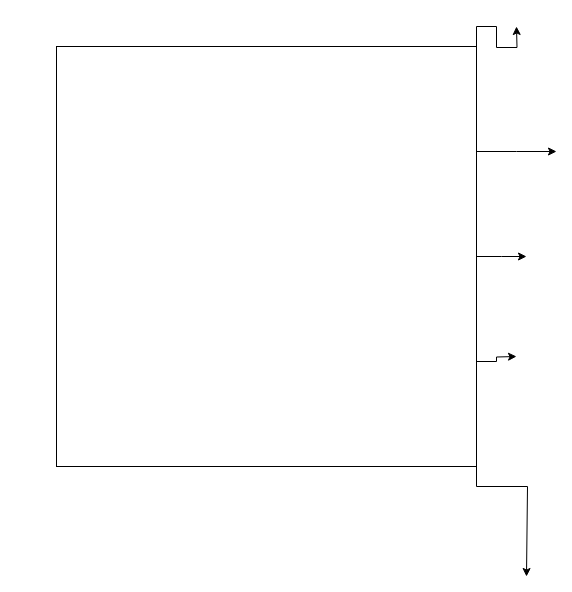
This is diagrams/osrservice.drawio from jokerz5575/osrdiagram, a draw.io file, before an edit. Source tidied: cells renumbered, new cells numbered last; positions are measured from the earlier drawing's top-left corner, leaving out a move shared by most shapes. Both pictures are drawn from the tidied source at 100%, with x=0, y=0 at pixel (56, 26).
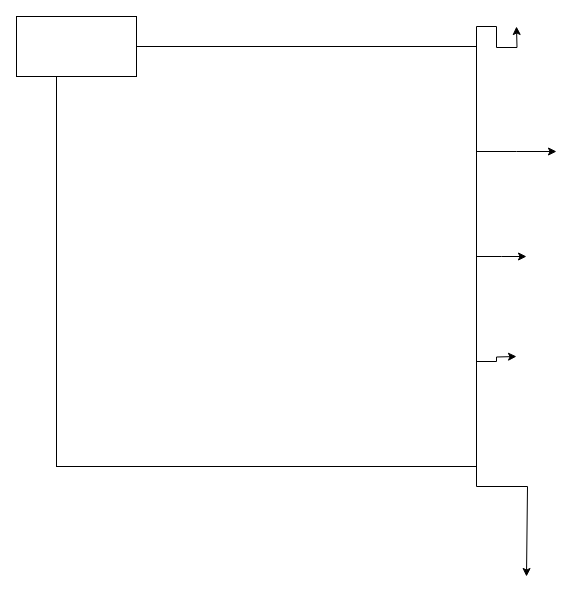
The same page after the edit.

Change to the diagram source:
```diff
@@
 <mxGraphModel>
   <root>
     <mxCell id="0" />
     <mxCell id="1" parent="0" />
     <mxCell id="2" style="edgeStyle=orthogonalEdgeStyle;rounded=0;jettySize=auto;html=1;exitX=1;exitY=0;exitDx=0;exitDy=0;" parent="1" edge="1" source="7">
       <mxGeometry relative="1" as="geometry">
         <mxPoint x="460" as="targetPoint" />
       </mxGeometry>
     </mxCell>
     <mxCell id="3" style="edgeStyle=orthogonalEdgeStyle;rounded=0;jettySize=auto;html=1;exitX=1;exitY=0.25;exitDx=0;exitDy=0;" parent="1" edge="1" source="7">
       <mxGeometry relative="1" as="geometry">
         <mxPoint x="500" y="125" as="targetPoint" />
       </mxGeometry>
     </mxCell>
     <mxCell id="4" style="edgeStyle=orthogonalEdgeStyle;rounded=0;jettySize=auto;html=1;exitX=1;exitY=0.5;exitDx=0;exitDy=0;" parent="1" edge="1" source="7">
       <mxGeometry relative="1" as="geometry">
         <mxPoint x="470" y="230" as="targetPoint" />
       </mxGeometry>
     </mxCell>
     <mxCell id="5" style="edgeStyle=orthogonalEdgeStyle;rounded=0;jettySize=auto;html=1;exitX=1;exitY=0.75;exitDx=0;exitDy=0;" parent="1" edge="1" source="7">
       <mxGeometry relative="1" as="geometry">
         <mxPoint x="460" y="330" as="targetPoint" />
       </mxGeometry>
     </mxCell>
     <mxCell id="6" style="edgeStyle=orthogonalEdgeStyle;rounded=0;jettySize=auto;html=1;exitX=1;exitY=1;exitDx=0;exitDy=0;" parent="1" edge="1" source="7">
       <mxGeometry relative="1" as="geometry">
         <mxPoint x="470" y="550" as="targetPoint" />
         <Array as="points">
           <mxPoint x="420" y="460" />
           <mxPoint x="471" y="460" />
         </Array>
       </mxGeometry>
     </mxCell>
     <mxCell id="7" style="whiteSpace=wrap;html=1;" parent="1" vertex="1">
       <mxGeometry y="20" width="420" height="420" as="geometry" />
     </mxCell>
+    <mxCell id="8" style="rounded=0;whiteSpace=wrap;html=1;" parent="1" vertex="1">
+      <mxGeometry x="-40" y="-10" width="120" height="60" as="geometry" />
+    </mxCell>
   </root>
 </mxGraphModel>
```
